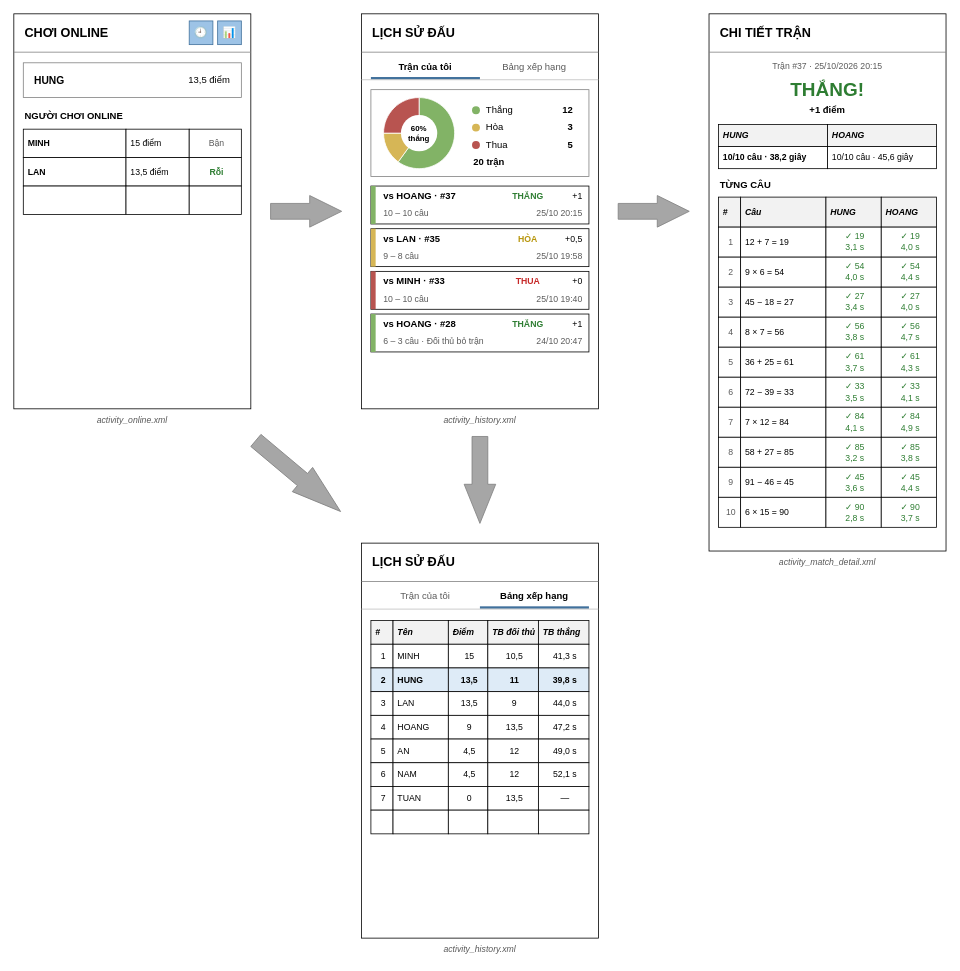
This is page "Modul Xem lịch sử đấu" (2 of 2) of docs/hung/giao-dien-hung.drawio from HungNguyenBa1811/math-dash, a draw.io file, before an edit. Source tidied: cells renumbered, new cells numbered last; positions are measured from the earlier drawing's top-left corner, leaving out a move shared by most shapes. Both pictures are drawn from the tidied source at 79%, with x=0, y=0 at pixel (13, 13).
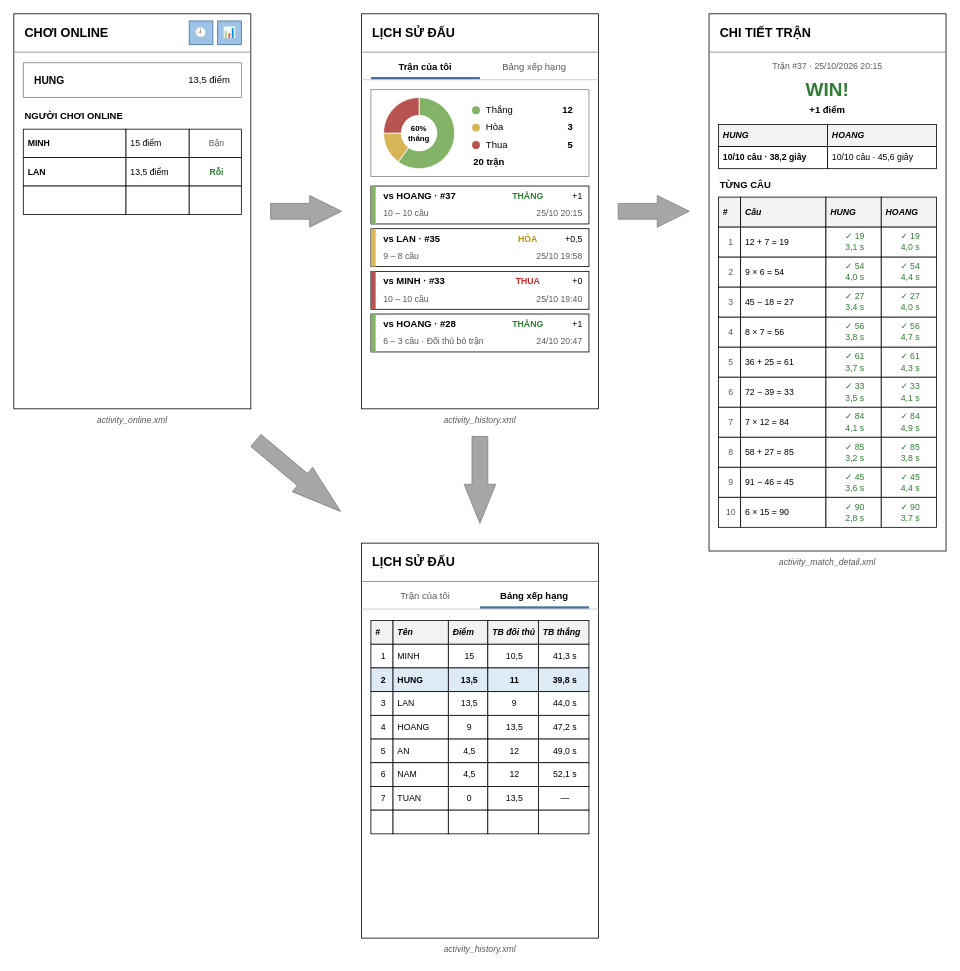
After the change.

What changed in the source:
```diff
@@
-    <mxCell id="80" value="THẮNG!" style="text;html=1;align=center;verticalAlign=middle;whiteSpace=wrap;fontSize=24;fontStyle=1;fontColor=#2E7D32;" parent="1" vertex="1">
+    <mxCell id="80" value="WIN!" style="text;html=1;align=center;verticalAlign=middle;whiteSpace=wrap;fontSize=24;fontStyle=1;fontColor=#2E7D32;" parent="1" vertex="1">
       <mxGeometry x="880" y="78" width="300" height="36" as="geometry" />
     </mxCell>
```
